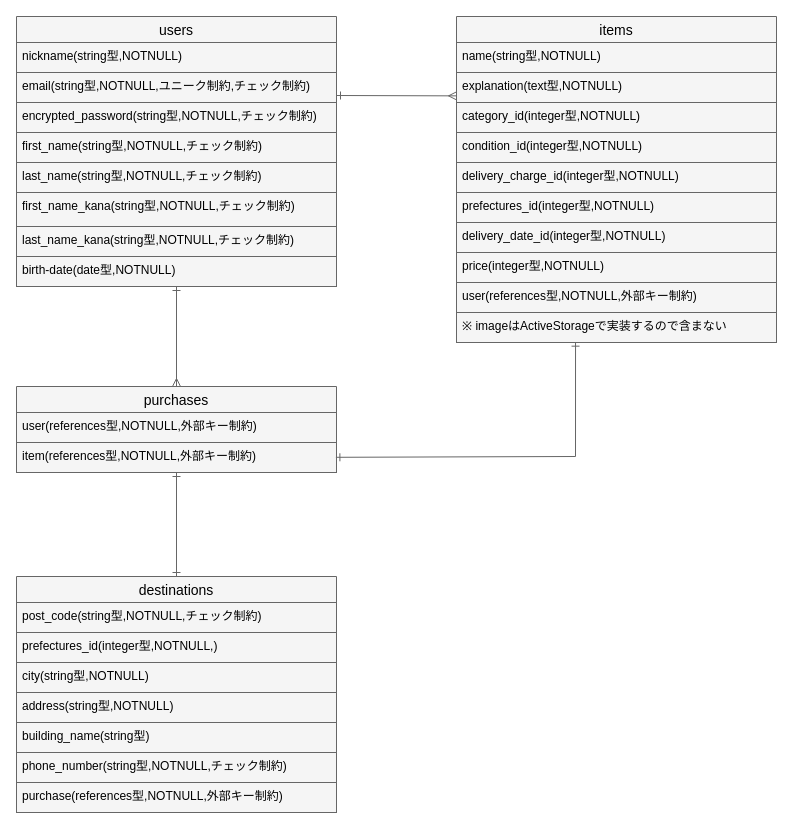
Above: furima.dio in genkikonno/furima-37489 (draw.io), before the change. Source tidied: cells renumbered, new cells numbered last; positions are measured from the earlier drawing's top-left corner, leaving out a move shared by most shapes. Both pictures are drawn from the tidied source at 100%, with x=0, y=0 at pixel (16, 16).
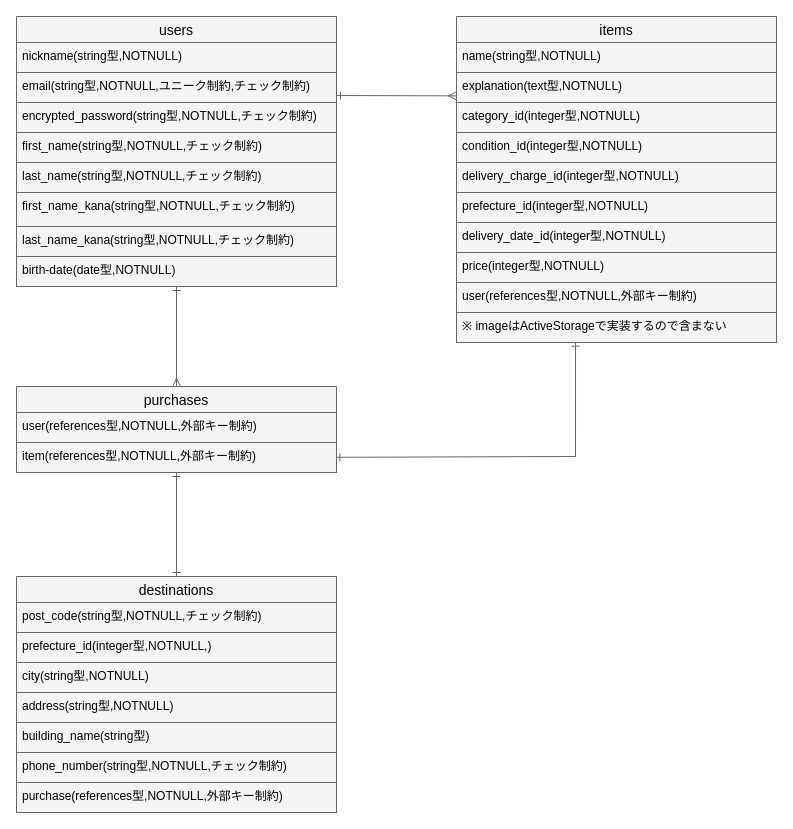
After the change.

Unchanged cells that the change refers to:
```xml
<mxCell id="11" value="items" style="swimlane;fontStyle=0;horizontal=1;startSize=26;align=center;fontSize=14;fillColor=#f5f5f5;strokeColor=#666666;fontColor=#000000;" parent="1" vertex="1">
  <mxGeometry x="440" width="320" height="326" as="geometry" />
</mxCell>
<mxCell id="28" value="destinations" style="swimlane;fontStyle=0;horizontal=1;startSize=26;align=center;fontSize=14;fillColor=#f5f5f5;strokeColor=#666666;fontColor=#000000;" parent="1" vertex="1">
  <mxGeometry y="560" width="320" height="236" as="geometry" />
</mxCell>
```

What changed in the source:
```diff
@@
-    <mxCell id="17" value="prefectures_id(integer型,NOTNULL)" style="text;strokeColor=#666666;fillColor=#f5f5f5;spacingLeft=4;spacingRight=4;overflow=hidden;fontSize=12;fontColor=#000000;" parent="11" vertex="1">
+    <mxCell id="17" value="prefecture_id(integer型,NOTNULL)" style="text;strokeColor=#666666;fillColor=#f5f5f5;spacingLeft=4;spacingRight=4;overflow=hidden;fontSize=12;fontColor=#000000;" parent="11" vertex="1">
       <mxGeometry y="176" width="320" height="30" as="geometry" />
     </mxCell>
@@
-    <mxCell id="30" value="prefectures_id(integer型,NOTNULL,)" style="text;strokeColor=#666666;fillColor=#f5f5f5;spacingLeft=4;spacingRight=4;overflow=hidden;fontSize=12;fontColor=#000000;" parent="28" vertex="1">
+    <mxCell id="30" value="prefecture_id(integer型,NOTNULL,)" style="text;strokeColor=#666666;fillColor=#f5f5f5;spacingLeft=4;spacingRight=4;overflow=hidden;fontSize=12;fontColor=#000000;" parent="28" vertex="1">
       <mxGeometry y="56" width="320" height="30" as="geometry" />
     </mxCell>
```
